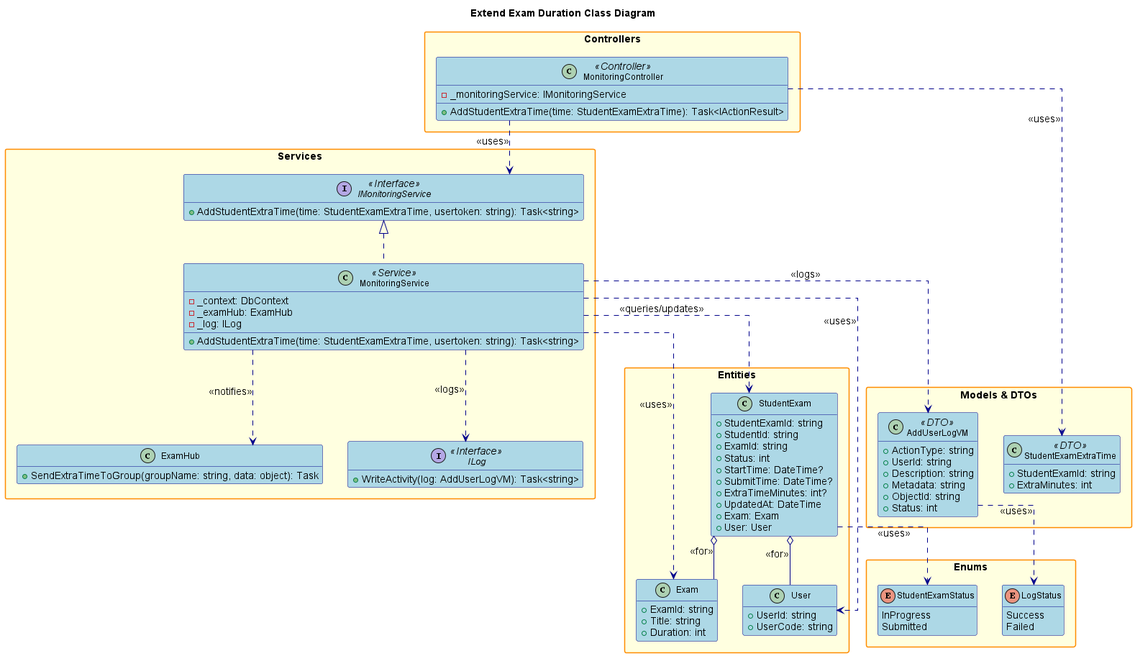
conghoan1211/AI-Kiosk-Testing-system keeps this PlantUML diagram as design/out/extendexamduration/extendexamduration.png. Above is the earlier version.
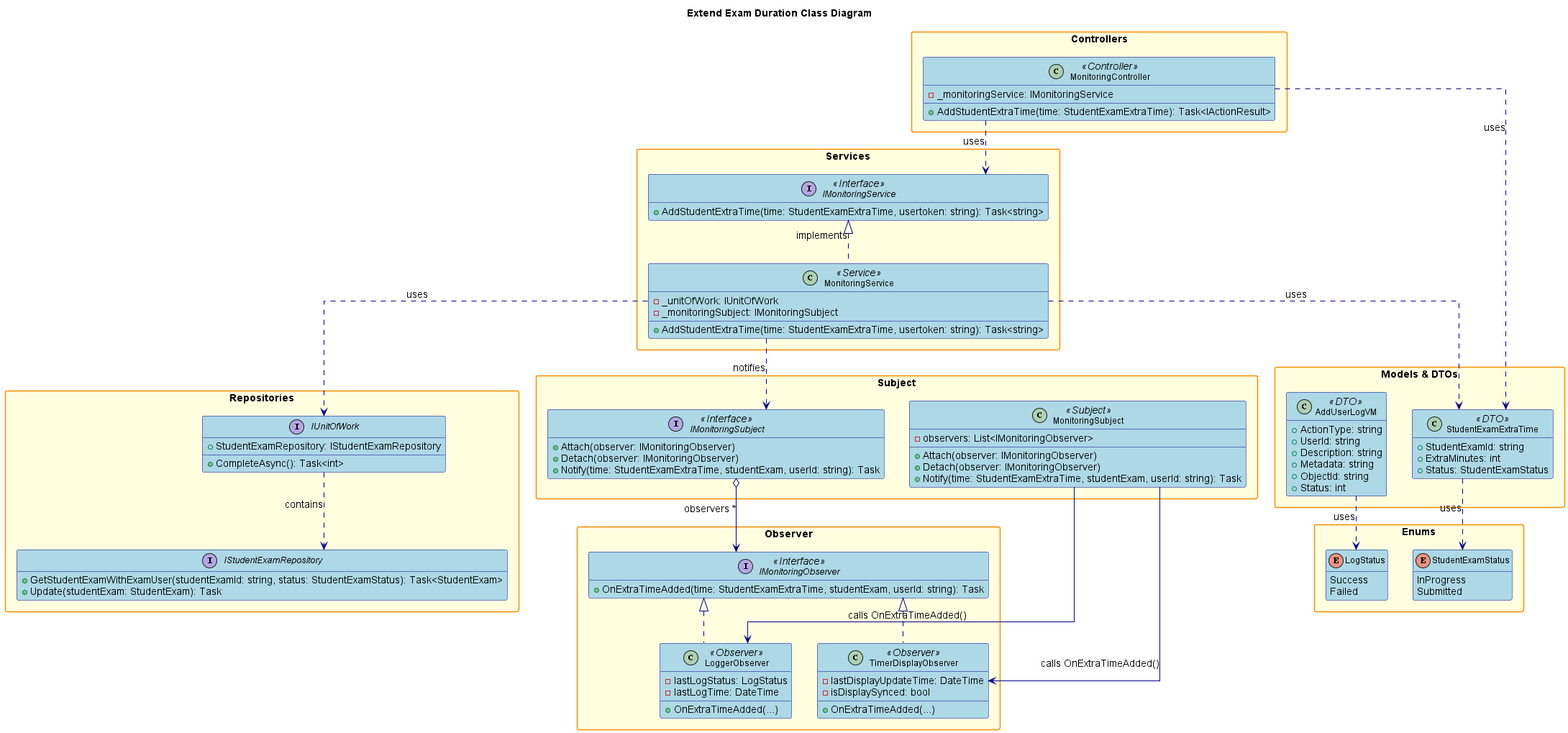
The same diagram one commit later.

Change to the diagram source:
```diff
@@ -1,5 +1,4 @@
 @startuml
-
 title Extend Exam Duration Class Diagram
 
 hide empty members
@@ -25,13 +24,11 @@
     FontSize 14
     FontStyle bold
 }
-
 skinparam interface {
     BackgroundColor LightGreen
     BorderColor DarkGreen
     FontSize 12
 }
-
 skinparam enum {
     BackgroundColor LightCyan
     BorderColor DarkCyan
@@ -50,16 +47,60 @@
         + AddStudentExtraTime(time: StudentExamExtraTime, usertoken: string): Task<string>
     }
     class MonitoringService <<Service>> {
-        - _context: DbContext
-        - _examHub: ExamHub
-        - _log: ILog
+        - _unitOfWork: IUnitOfWork
+        - _monitoringSubject: IMonitoringSubject
         + AddStudentExtraTime(time: StudentExamExtraTime, usertoken: string): Task<string>
     }
-    class ExamHub {
-        + SendExtraTimeToGroup(groupName: string, data: object): Task
+}
+
+package "Subject" {
+    interface IMonitoringSubject <<Interface>> {
+        + Attach(observer: IMonitoringObserver)
+        + Detach(observer: IMonitoringObserver)
+        + Notify(time: StudentExamExtraTime, studentExam, userId: string): Task
     }
-    interface ILog <<Interface>> {
-        + WriteActivity(log: AddUserLogVM): Task<string>
+
+    class MonitoringSubject <<Subject>> {
+        - observers: List<IMonitoringObserver>
+        + Attach(observer: IMonitoringObserver)
+        + Detach(observer: IMonitoringObserver)
+        + Notify(time: StudentExamExtraTime, studentExam, userId: string): Task
+    }
+}
+
+package "Observer" {
+    interface IMonitoringObserver <<Interface>> {
+        + OnExtraTimeAdded(time: StudentExamExtraTime, studentExam, userId: string): Task
+    }
+
+    class LoggerObserver <<Observer>> {
+        - lastLogStatus: LogStatus
+        - lastLogTime: DateTime
+        + OnExtraTimeAdded(...)
+    }
+
+    class TimerDisplayObserver <<Observer>> {
+        - lastDisplayUpdateTime: DateTime
+        - isDisplaySynced: bool
+        + OnExtraTimeAdded(...)
+    }
+
+    IMonitoringObserver <|.. LoggerObserver
+    IMonitoringObserver <|.. TimerDisplayObserver
+
+    MonitoringSubject --> LoggerObserver : calls OnExtraTimeAdded()
+    MonitoringSubject --> TimerDisplayObserver : calls OnExtraTimeAdded()
+}
+
+package "Repositories" {
+    interface IStudentExamRepository {
+        + GetStudentExamWithExamUser(studentExamId: string, status: StudentExamStatus): Task<StudentExam>
+        + Update(studentExam: StudentExam): Task
+    }
+
+    interface IUnitOfWork {
+        + StudentExamRepository: IStudentExamRepository
+        + CompleteAsync(): Task<int>
     }
 }
 
@@ -67,7 +108,9 @@
     class StudentExamExtraTime <<DTO>> {
         + StudentExamId: string
         + ExtraMinutes: int
+        + Status: StudentExamStatus
     }
+
     class AddUserLogVM <<DTO>> {
         + ActionType: string
         + UserId: string
@@ -78,53 +121,27 @@
     }
 }
 
-package "Entities" {
-    class StudentExam {
-        + StudentExamId: string
-        + StudentId: string
-        + ExamId: string
-        + Status: int
-        + StartTime: DateTime?
-        + SubmitTime: DateTime?
-        + ExtraTimeMinutes: int?
-        + UpdatedAt: DateTime
-        + Exam: Exam
-        + User: User
-    }
-    class Exam {
-        + ExamId: string
-        + Title: string
-        + Duration: int
-    }
-    class User {
-        + UserId: string
-        + UserCode: string
-    }
-}
-
 package "Enums" {
     enum LogStatus {
         Success
         Failed
     }
+
     enum StudentExamStatus {
         InProgress
         Submitted
     }
 }
 
-MonitoringController ..> IMonitoringService : <<uses>>
-MonitoringController ..> StudentExamExtraTime : <<uses>>
-IMonitoringService <|.. MonitoringService
-MonitoringService ..> StudentExam : <<queries/updates>>
-MonitoringService ..> Exam : <<uses>>
-MonitoringService ..> User : <<uses>>
-MonitoringService ..> ExamHub : <<notifies>>
-MonitoringService ..> ILog : <<logs>>
-MonitoringService ..> AddUserLogVM : <<logs>>
-StudentExam o-- Exam : <<for>>
-StudentExam o-- User : <<for>>
-StudentExam ..> StudentExamStatus : <<uses>>
-AddUserLogVM ..> LogStatus : <<uses>>
+MonitoringController ..> IMonitoringService : uses
+MonitoringController ..> StudentExamExtraTime : uses
+IMonitoringService <|.. MonitoringService : implements
+MonitoringService ..> IUnitOfWork : uses
+MonitoringService ..> IMonitoringSubject : notifies
+MonitoringService ..> StudentExamExtraTime : uses
+IUnitOfWork ..> IStudentExamRepository : contains
+StudentExamExtraTime ..> StudentExamStatus : uses
+AddUserLogVM ..> LogStatus : uses
+IMonitoringSubject o--> IMonitoringObserver : observers *
 
 @enduml
```
